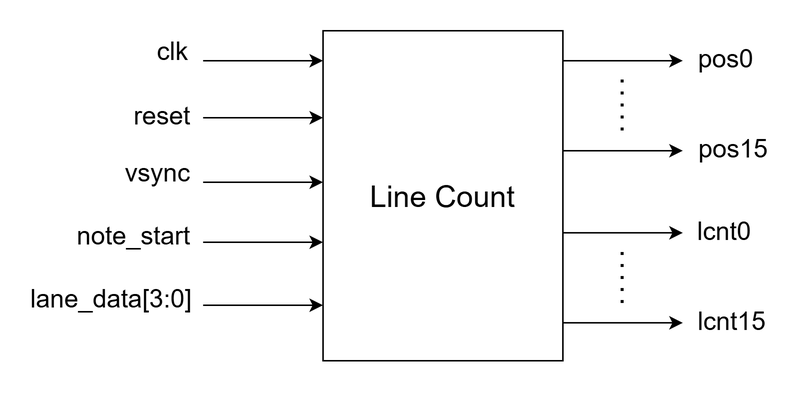
Above: images/vga_linecount_bd.png in taeseong-dev/vga_rhythm_game (draw.io), before the change. Source tidied: cells renumbered, new cells last; positions are measured from the earlier drawing's top-left corner, leaving out a move shared by most shapes.
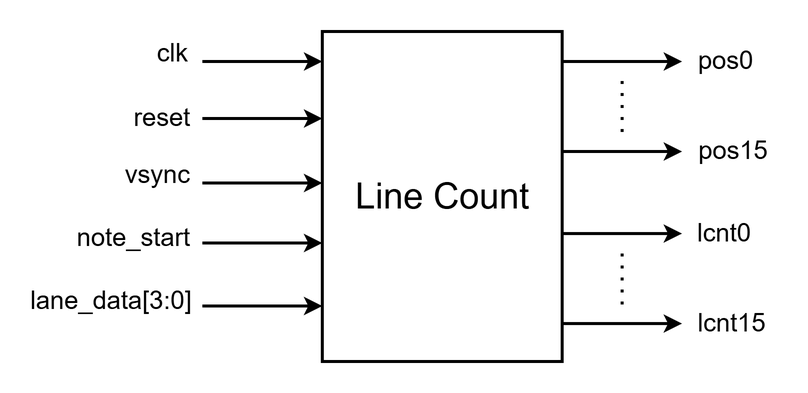
The same file after the commit.

Change to the diagram source:
```diff
@@ -2,82 +2,82 @@
   <root>
     <mxCell id="0" />
     <mxCell id="1" parent="0" />
-    <mxCell id="2" value="Line Count" style="rounded=0;whiteSpace=wrap;html=1;fontSize=20;" parent="1" vertex="1">
+    <mxCell id="2" value="Line Count" style="rounded=0;whiteSpace=wrap;html=1;fontSize=24;strokeWidth=2;" parent="1" vertex="1">
       <mxGeometry x="171" width="160" height="220" as="geometry" />
     </mxCell>
-    <mxCell id="3" style="endArrow=classic;html=1;rounded=0;" parent="1" edge="1">
+    <mxCell id="3" style="endArrow=classic;html=1;rounded=0;strokeWidth=2;" parent="1" edge="1">
       <mxGeometry relative="1" as="geometry">
         <mxPoint x="91" y="101" as="sourcePoint" />
         <mxPoint x="171" y="101" as="targetPoint" />
       </mxGeometry>
     </mxCell>
-    <mxCell id="4" value="clk" style="text;html=1;whiteSpace=wrap;strokeColor=none;fillColor=none;align=center;verticalAlign=middle;rounded=0;fontSize=17;" parent="1" vertex="1">
+    <mxCell id="4" value="clk" style="text;html=1;whiteSpace=wrap;strokeColor=none;fillColor=none;align=center;verticalAlign=middle;rounded=0;fontSize=17;strokeWidth=2;" parent="1" vertex="1">
       <mxGeometry x="41" width="60" height="30" as="geometry" />
     </mxCell>
-    <mxCell id="5" style="endArrow=classic;html=1;rounded=0;" parent="1" edge="1">
+    <mxCell id="5" style="endArrow=classic;html=1;rounded=0;strokeWidth=2;" parent="1" edge="1">
       <mxGeometry relative="1" as="geometry">
         <mxPoint x="91" y="20" as="sourcePoint" />
         <mxPoint x="171" y="20" as="targetPoint" />
       </mxGeometry>
     </mxCell>
-    <mxCell id="6" style="endArrow=classic;html=1;rounded=0;" parent="1" edge="1">
+    <mxCell id="6" style="endArrow=classic;html=1;rounded=0;strokeWidth=2;" parent="1" edge="1">
       <mxGeometry relative="1" as="geometry">
         <mxPoint x="91" y="58" as="sourcePoint" />
         <mxPoint x="171" y="58" as="targetPoint" />
       </mxGeometry>
     </mxCell>
-    <mxCell id="7" value="reset" style="text;html=1;whiteSpace=wrap;strokeColor=none;fillColor=none;align=center;verticalAlign=middle;rounded=0;fontSize=17;" parent="1" vertex="1">
+    <mxCell id="7" value="reset" style="text;html=1;whiteSpace=wrap;strokeColor=none;fillColor=none;align=center;verticalAlign=middle;rounded=0;fontSize=17;strokeWidth=2;" parent="1" vertex="1">
       <mxGeometry x="34" y="43" width="60" height="30" as="geometry" />
     </mxCell>
-    <mxCell id="8" value="vsync" style="text;html=1;whiteSpace=wrap;strokeColor=none;fillColor=none;align=center;verticalAlign=middle;rounded=0;fontSize=17;" parent="1" vertex="1">
+    <mxCell id="8" value="vsync" style="text;html=1;whiteSpace=wrap;strokeColor=none;fillColor=none;align=center;verticalAlign=middle;rounded=0;fontSize=17;strokeWidth=2;" parent="1" vertex="1">
       <mxGeometry x="31" y="81" width="60" height="30" as="geometry" />
     </mxCell>
-    <mxCell id="9" style="endArrow=classic;html=1;rounded=0;" parent="1" edge="1">
+    <mxCell id="9" style="endArrow=classic;html=1;rounded=0;strokeWidth=2;" parent="1" edge="1">
       <mxGeometry relative="1" as="geometry">
         <mxPoint x="91" y="141" as="sourcePoint" />
         <mxPoint x="171" y="141" as="targetPoint" />
       </mxGeometry>
     </mxCell>
-    <mxCell id="10" value="note_start" style="text;html=1;whiteSpace=wrap;strokeColor=none;fillColor=none;align=center;verticalAlign=middle;rounded=0;fontSize=17;" parent="1" vertex="1">
+    <mxCell id="10" value="note_start" style="text;html=1;whiteSpace=wrap;strokeColor=none;fillColor=none;align=center;verticalAlign=middle;rounded=0;fontSize=17;strokeWidth=2;" parent="1" vertex="1">
       <mxGeometry x="15" y="123" width="60" height="30" as="geometry" />
     </mxCell>
-    <mxCell id="11" style="endArrow=classic;html=1;rounded=0;" parent="1" edge="1">
+    <mxCell id="11" style="endArrow=classic;html=1;rounded=0;strokeWidth=2;" parent="1" edge="1">
       <mxGeometry relative="1" as="geometry">
         <mxPoint x="91" y="183" as="sourcePoint" />
         <mxPoint x="171" y="183" as="targetPoint" />
       </mxGeometry>
     </mxCell>
-    <mxCell id="12" value="lane_data[3:0]" style="text;html=1;whiteSpace=wrap;strokeColor=none;fillColor=none;align=center;verticalAlign=middle;rounded=0;fontSize=17;" parent="1" vertex="1">
+    <mxCell id="12" value="lane_data[3:0]" style="text;html=1;whiteSpace=wrap;strokeColor=none;fillColor=none;align=center;verticalAlign=middle;rounded=0;fontSize=17;strokeWidth=2;" parent="1" vertex="1">
       <mxGeometry y="165" width="60" height="30" as="geometry" />
     </mxCell>
-    <mxCell id="13" style="endArrow=classic;html=1;rounded=0;" parent="1" edge="1">
+    <mxCell id="13" style="endArrow=classic;html=1;rounded=0;strokeWidth=2;" parent="1" edge="1">
       <mxGeometry relative="1" as="geometry">
         <mxPoint x="331" y="20" as="sourcePoint" />
         <mxPoint x="411" y="20" as="targetPoint" />
       </mxGeometry>
     </mxCell>
-    <mxCell id="14" style="endArrow=classic;html=1;rounded=0;" parent="1" edge="1">
+    <mxCell id="14" style="endArrow=classic;html=1;rounded=0;strokeWidth=2;" parent="1" edge="1">
       <mxGeometry relative="1" as="geometry">
         <mxPoint x="331" y="80" as="sourcePoint" />
         <mxPoint x="411" y="80" as="targetPoint" />
       </mxGeometry>
     </mxCell>
-    <mxCell id="15" style="endArrow=classic;html=1;rounded=0;" parent="1" edge="1">
+    <mxCell id="15" style="endArrow=classic;html=1;rounded=0;strokeWidth=2;" parent="1" edge="1">
       <mxGeometry relative="1" as="geometry">
         <mxPoint x="331" y="134.7" as="sourcePoint" />
         <mxPoint x="411" y="134.7" as="targetPoint" />
       </mxGeometry>
     </mxCell>
-    <mxCell id="16" style="endArrow=classic;html=1;rounded=0;" parent="1" edge="1">
+    <mxCell id="16" style="endArrow=classic;html=1;rounded=0;strokeWidth=2;" parent="1" edge="1">
       <mxGeometry relative="1" as="geometry">
         <mxPoint x="331" y="194.7" as="sourcePoint" />
         <mxPoint x="411" y="194.7" as="targetPoint" />
       </mxGeometry>
     </mxCell>
-    <mxCell id="17" value="pos0" style="text;html=1;whiteSpace=wrap;strokeColor=none;fillColor=none;align=center;verticalAlign=middle;rounded=0;fontSize=17;" parent="1" vertex="1">
+    <mxCell id="17" value="pos0" style="text;html=1;whiteSpace=wrap;strokeColor=none;fillColor=none;align=center;verticalAlign=middle;rounded=0;fontSize=17;strokeWidth=2;" parent="1" vertex="1">
       <mxGeometry x="410" y="5" width="60" height="30" as="geometry" />
     </mxCell>
-    <mxCell id="18" value="pos15" style="text;html=1;whiteSpace=wrap;strokeColor=none;fillColor=none;align=center;verticalAlign=middle;rounded=0;fontSize=17;" parent="1" vertex="1">
+    <mxCell id="18" value="pos15" style="text;html=1;whiteSpace=wrap;strokeColor=none;fillColor=none;align=center;verticalAlign=middle;rounded=0;fontSize=17;strokeWidth=2;" parent="1" vertex="1">
       <mxGeometry x="415" y="65" width="60" height="30" as="geometry" />
     </mxCell>
     <mxCell id="19" style="endArrow=none;dashed=1;html=1;dashPattern=1 3;strokeWidth=2;rounded=0;" parent="1" edge="1">
@@ -92,10 +92,10 @@
         <mxPoint x="371" y="147" as="targetPoint" />
       </mxGeometry>
     </mxCell>
-    <mxCell id="21" value="lcnt0" style="text;html=1;whiteSpace=wrap;strokeColor=none;fillColor=none;align=center;verticalAlign=middle;rounded=0;fontSize=17;" parent="1" vertex="1">
+    <mxCell id="21" value="lcnt0" style="text;html=1;whiteSpace=wrap;strokeColor=none;fillColor=none;align=center;verticalAlign=middle;rounded=0;fontSize=17;strokeWidth=2;" parent="1" vertex="1">
       <mxGeometry x="409" y="120" width="60" height="30" as="geometry" />
     </mxCell>
-    <mxCell id="22" value="lcnt15" style="text;html=1;whiteSpace=wrap;strokeColor=none;fillColor=none;align=center;verticalAlign=middle;rounded=0;fontSize=17;" parent="1" vertex="1">
+    <mxCell id="22" value="lcnt15" style="text;html=1;whiteSpace=wrap;strokeColor=none;fillColor=none;align=center;verticalAlign=middle;rounded=0;fontSize=17;strokeWidth=2;" parent="1" vertex="1">
       <mxGeometry x="414" y="180" width="60" height="30" as="geometry" />
     </mxCell>
   </root>
```
